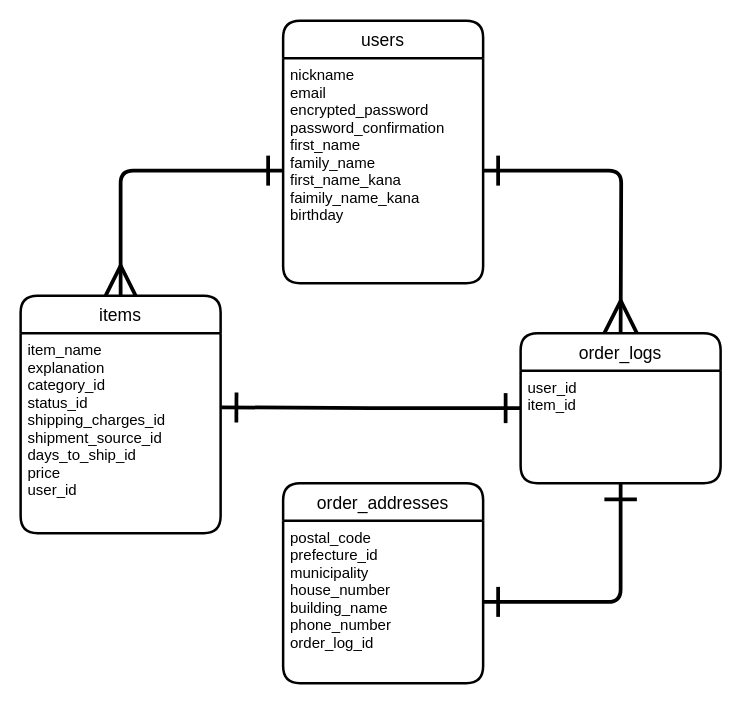
The draw.io diagram test.dio in Chang-Mori/furima-30980, before the edit. Source tidied: cells renumbered, new cells numbered last; positions are measured from the earlier drawing's top-left corner, leaving out a move shared by most shapes. Both pictures are drawn from the tidied source at 125%, with x=0, y=0 at pixel (20, 20).
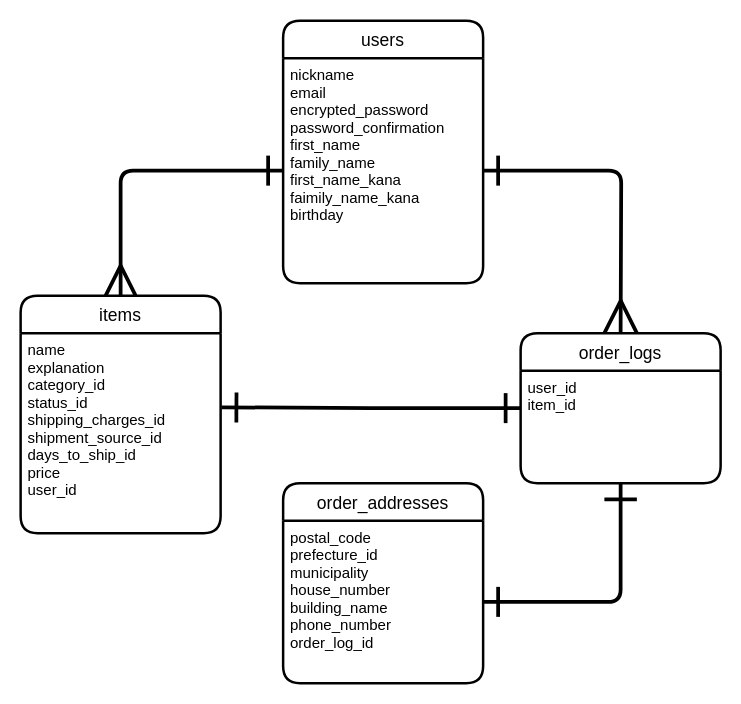
The same diagram, later.

Commit message (it also covers changes not shown here):
README５回目の修正

Change to the diagram source:
```diff
@@
 <mxGraphModel>
   <root>
     <mxCell id="0" />
     <mxCell id="1" parent="0" />
     <mxCell id="2" value="items" style="swimlane;horizontal=1;startSize=30;rounded=1;fontSize=14;fontStyle=0;strokeWidth=2;shadow=0;dashed=0;align=center;" parent="1" vertex="1">
       <mxGeometry y="220" width="160" height="190" as="geometry" />
     </mxCell>
-    <mxCell id="3" value="item_name&#10;explanation&#10;category_id&#10;status_id&#10;shipping_charges_id&#10;shipment_source_id&#10;days_to_ship_id&#10;price&#10;user_id" style="align=left;strokeColor=none;fillColor=none;spacingLeft=4;fontSize=12;verticalAlign=top;" parent="2" vertex="1">
+    <mxCell id="3" value="name&#10;explanation&#10;category_id&#10;status_id&#10;shipping_charges_id&#10;shipment_source_id&#10;days_to_ship_id&#10;price&#10;user_id" style="align=left;strokeColor=none;fillColor=none;spacingLeft=4;fontSize=12;verticalAlign=top;" parent="2" vertex="1">
       <mxGeometry y="30" width="160" height="160" as="geometry" />
     </mxCell>
     <mxCell id="4" style="edgeStyle=orthogonalEdgeStyle;rounded=1;jettySize=auto;html=1;entryX=0.5;entryY=0;entryDx=0;entryDy=0;startArrow=ERone;startFill=0;startSize=20;endArrow=ERmany;endFill=0;endSize=20;strokeWidth=3;" parent="1" edge="1" source="12" target="2">
       <mxGeometry relative="1" as="geometry" />
     </mxCell>
     <mxCell id="5" value="order_addresses" style="swimlane;horizontal=1;startSize=30;rounded=1;fontSize=14;fontStyle=0;strokeWidth=2;shadow=0;dashed=0;align=center;" parent="1" vertex="1">
       <mxGeometry x="210" y="370" width="160" height="160" as="geometry" />
     </mxCell>
     <mxCell id="6" value="postal_code&#10;prefecture_id&#10;municipality&#10;house_number&#10;building_name&#10;phone_number&#10;order_log_id" style="align=left;strokeColor=none;fillColor=none;spacingLeft=4;fontSize=12;verticalAlign=top;" parent="5" vertex="1">
       <mxGeometry y="30" width="160" height="130" as="geometry" />
     </mxCell>
     <mxCell id="7" style="edgeStyle=orthogonalEdgeStyle;rounded=0;jettySize=auto;html=1;exitX=0;exitY=0.5;exitDx=0;exitDy=0;entryX=1.004;entryY=0.371;entryDx=0;entryDy=0;entryPerimeter=0;endArrow=ERone;endFill=0;startArrow=ERone;startFill=0;strokeWidth=3;targetPerimeterSpacing=1;sourcePerimeterSpacing=2;startSize=20;endSize=20;" parent="1" edge="1" source="8" target="3">
       <mxGeometry relative="1" as="geometry" />
     </mxCell>
     <mxCell id="8" value="order_logs" style="swimlane;horizontal=1;startSize=30;rounded=1;fontSize=14;fontStyle=0;strokeWidth=2;shadow=0;dashed=0;align=center;" parent="1" vertex="1">
       <mxGeometry x="400" y="250" width="160" height="120" as="geometry" />
     </mxCell>
     <mxCell id="9" value="user_id&#10;item_id&#10;" style="align=left;strokeColor=none;fillColor=none;spacingLeft=4;fontSize=12;verticalAlign=top;" parent="8" vertex="1">
       <mxGeometry y="30" width="160" height="90" as="geometry" />
     </mxCell>
     <mxCell id="10" style="edgeStyle=orthogonalEdgeStyle;jettySize=auto;html=1;entryX=0.5;entryY=0;entryDx=0;entryDy=0;endArrow=ERmany;endFill=0;rounded=1;startArrow=ERone;startFill=0;endSize=22;startSize=20;exitX=1;exitY=0.5;exitDx=0;exitDy=0;strokeWidth=3;" parent="8" edge="1" source="12">
       <mxGeometry relative="1" as="geometry">
         <mxPoint x="80" as="targetPoint" />
       </mxGeometry>
     </mxCell>
     <mxCell id="11" value="users" style="swimlane;horizontal=1;startSize=30;rounded=1;fontSize=14;fontStyle=0;strokeWidth=2;shadow=0;dashed=0;align=center;" parent="1" vertex="1">
       <mxGeometry x="210" width="160" height="210" as="geometry" />
     </mxCell>
     <mxCell id="12" value="nickname&#10;email&#10;encrypted_password&#10;password_confirmation&#10;first_name&#10;family_name&#10;first_name_kana&#10;faimily_name_kana&#10;birthday&#10;" style="align=left;strokeColor=none;fillColor=none;spacingLeft=4;fontSize=12;verticalAlign=top;" parent="11" vertex="1">
       <mxGeometry y="30" width="160" height="180" as="geometry" />
     </mxCell>
     <mxCell id="13" style="edgeStyle=orthogonalEdgeStyle;jettySize=auto;html=1;endArrow=ERone;endFill=0;rounded=1;startArrow=ERone;startFill=0;endSize=22;startSize=20;strokeWidth=3;entryX=0.5;entryY=1;entryDx=0;entryDy=0;" parent="1" edge="1" source="6" target="9">
       <mxGeometry relative="1" as="geometry" />
     </mxCell>
   </root>
 </mxGraphModel>
```
